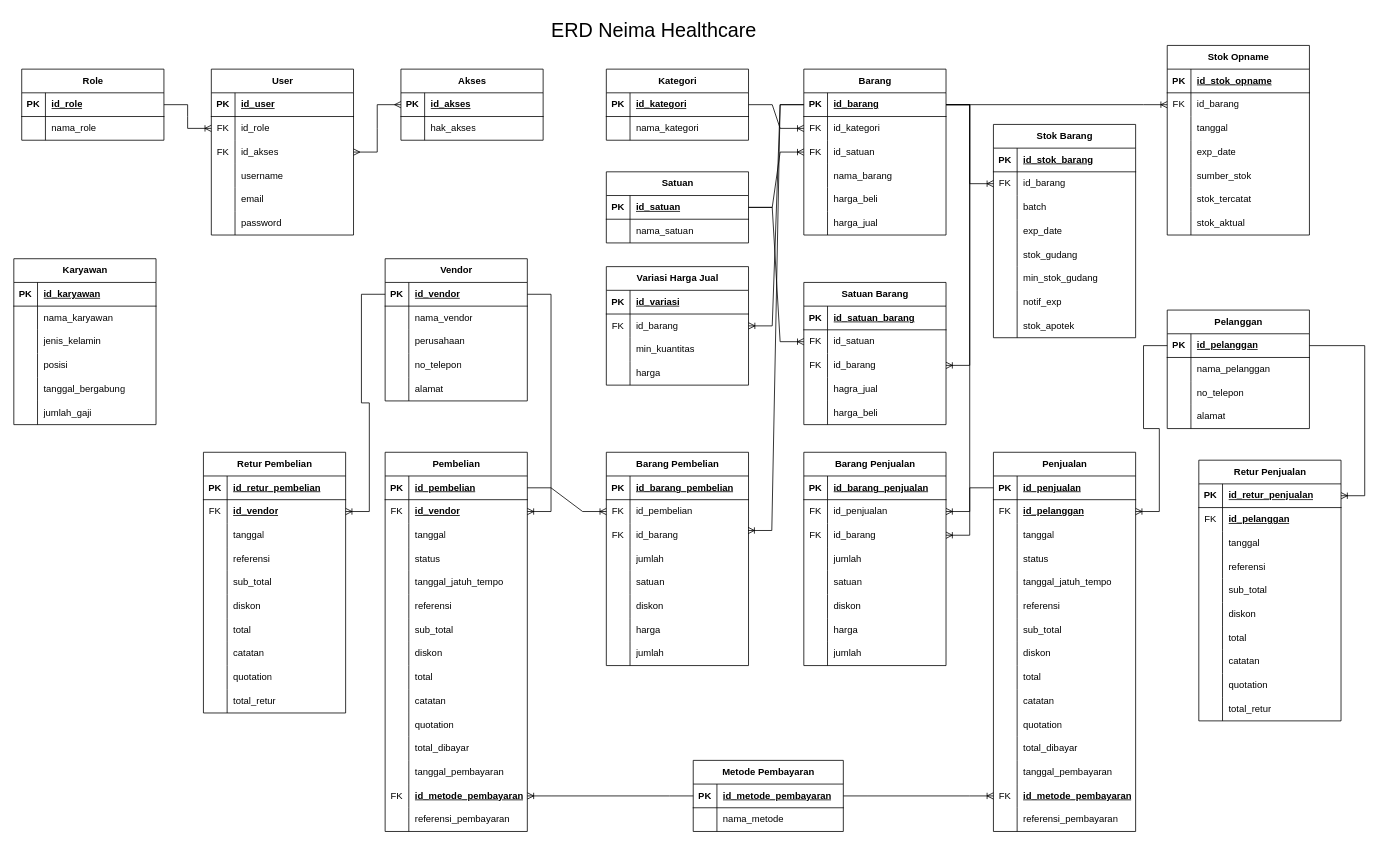
Earlier version of the draw.io diagram erd.drawio (m1tsuha4/apotek). Source tidied: cells renumbered, new cells numbered last; positions are measured from the earlier drawing's top-left corner, leaving out a move shared by most shapes. Both pictures are drawn from the tidied source at 79%, with x=0, y=0 at pixel (13, 13).
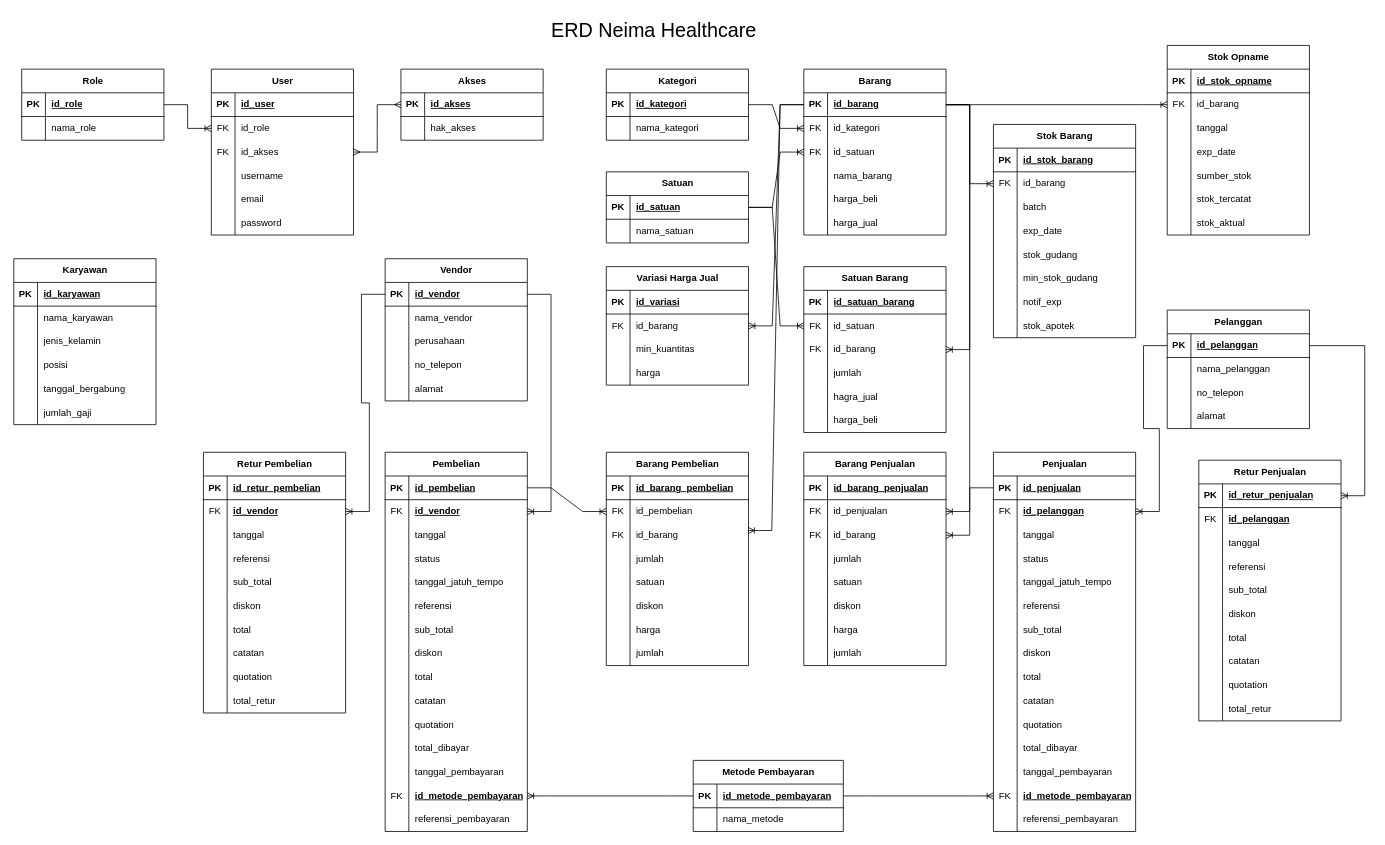
The same page after the edit.

Unchanged cells that the change refers to:
```xml
<mxCell id="406" style="shape=tableRow;horizontal=0;startSize=0;swimlaneHead=0;swimlaneBody=0;fillColor=none;top=0;left=0;right=0;bottom=0;" parent="396" vertex="1">
  <mxGeometry y="120" width="180" height="30" as="geometry" />
</mxCell>
```

What changed in the source:
```diff
@@
     <mxCell id="396" value="Satuan Barang" style="shape=table;startSize=30;childLayout=tableLayout;rowLines=0;fontStyle=1;align=center;html=1;" parent="1" vertex="1">
-      <mxGeometry x="1000" y="340" width="180" height="180" as="geometry" />
+      <mxGeometry x="1000" y="320" width="180" height="210" as="geometry" />
     </mxCell>
@@
-    <mxCell id="408" value="hagra_jual" style="shape=partialRectangle;fillColor=none;top=0;left=0;bottom=0;right=0;align=left;spacingLeft=6;overflow=hidden;whiteSpace=wrap;html=1;" parent="406" vertex="1">
+    <mxCell id="408" value="jumlah" style="shape=partialRectangle;fillColor=none;top=0;left=0;bottom=0;right=0;align=left;spacingLeft=6;overflow=hidden;whiteSpace=wrap;html=1;" parent="406" vertex="1">
       <mxGeometry x="30" width="150" height="30" as="geometry" />
     </mxCell>
+    <mxCell id="423" style="shape=tableRow;horizontal=0;startSize=0;swimlaneHead=0;swimlaneBody=0;fillColor=none;top=0;left=0;right=0;bottom=0;" parent="396" vertex="1">
+      <mxGeometry y="150" width="180" height="30" as="geometry" />
+    </mxCell>
+    <mxCell id="424" style="shape=partialRectangle;fillColor=none;top=0;left=0;bottom=0;right=0;overflow=hidden;whiteSpace=wrap;html=1;" parent="423" vertex="1">
+      <mxGeometry width="30" height="30" as="geometry" />
+    </mxCell>
+    <mxCell id="425" value="hagra_jual" style="shape=partialRectangle;fillColor=none;top=0;left=0;bottom=0;right=0;align=left;spacingLeft=6;overflow=hidden;whiteSpace=wrap;html=1;" parent="423" vertex="1">
+      <mxGeometry x="30" width="150" height="30" as="geometry" />
+    </mxCell>
     <mxCell id="409" style="shape=tableRow;horizontal=0;startSize=0;swimlaneHead=0;swimlaneBody=0;fillColor=none;top=0;left=0;right=0;bottom=0;" parent="396" vertex="1">
-      <mxGeometry y="150" width="180" height="30" as="geometry" />
+      <mxGeometry y="180" width="180" height="30" as="geometry" />
     </mxCell>
```
